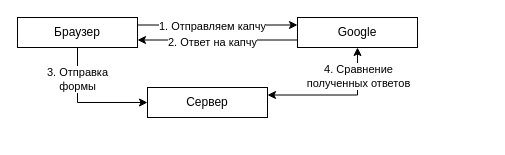
Earlier version of the draw.io diagram page "reCAPTCHA" (2 of 12) of Схема компонентов.drawio (IlyaSannikow/e-catalog.ru). Source tidied: cells renumbered, new cells numbered last; positions are measured from the earlier drawing's top-left corner, leaving out a move shared by most shapes. Both pictures are drawn from the tidied source at 100%, with x=0, y=0 at pixel (17, 17).
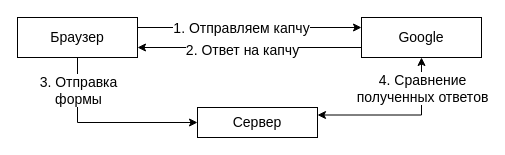
After the change.

Change to the diagram source:
```diff
@@
 <mxGraphModel>
   <root>
     <mxCell id="0" />
     <mxCell id="1" parent="0" />
     <mxCell id="2" style="edgeStyle=orthogonalEdgeStyle;rounded=0;jettySize=auto;html=1;exitX=1;exitY=0.25;exitDx=0;exitDy=0;entryX=0;entryY=0.25;entryDx=0;entryDy=0;" parent="1" edge="1" source="6" target="9">
       <mxGeometry relative="1" as="geometry" />
     </mxCell>
-    <mxCell id="3" value="1. Отправляем капчу" style="edgeLabel;html=1;align=center;verticalAlign=middle;" parent="2" vertex="1">
+    <mxCell id="3" value="&lt;font style=&quot;font-size: 14px;&quot;&gt;1. Отправляем капчу&lt;/font&gt;" style="edgeLabel;html=1;align=center;verticalAlign=middle;" parent="2" vertex="1">
       <mxGeometry x="-0.08" y="-1" relative="1" as="geometry" />
     </mxCell>
     <mxCell id="4" style="edgeStyle=orthogonalEdgeStyle;rounded=0;jettySize=auto;html=1;exitX=0.5;exitY=1;exitDx=0;exitDy=0;entryX=0;entryY=0.5;entryDx=0;entryDy=0;" parent="1" edge="1" source="6" target="12">
       <mxGeometry relative="1" as="geometry" />
     </mxCell>
-    <mxCell id="5" value="3. Отправка&lt;div&gt;формы&lt;/div&gt;" style="edgeLabel;html=1;align=center;verticalAlign=middle;" parent="4" vertex="1">
-      <mxGeometry x="-0.5" y="-1" relative="1" as="geometry" />
+    <mxCell id="5" value="&lt;font style=&quot;font-size: 14px;&quot;&gt;3. Отправка&lt;/font&gt;&lt;div&gt;&lt;font style=&quot;font-size: 14px;&quot;&gt;формы&lt;/font&gt;&lt;/div&gt;" style="edgeLabel;html=1;align=center;verticalAlign=middle;" parent="4" vertex="1">
+      <mxGeometry x="-0.5" y="-1" relative="1" as="geometry">
+        <mxPoint x="1" y="-14" as="offset" />
+      </mxGeometry>
     </mxCell>
-    <mxCell id="6" value="Браузер" style="rounded=0;whiteSpace=wrap;html=1;" parent="1" vertex="1">
-      <mxGeometry width="120" height="30" as="geometry" />
+    <mxCell id="6" value="&lt;font style=&quot;font-size: 14px;&quot;&gt;Браузер&lt;/font&gt;" style="rounded=0;whiteSpace=wrap;html=1;" parent="1" vertex="1">
+      <mxGeometry width="120" height="40" as="geometry" />
     </mxCell>
     <mxCell id="7" style="edgeStyle=orthogonalEdgeStyle;rounded=0;jettySize=auto;html=1;exitX=0;exitY=0.75;exitDx=0;exitDy=0;entryX=1;entryY=0.75;entryDx=0;entryDy=0;" parent="1" edge="1" source="9" target="6">
       <mxGeometry relative="1" as="geometry" />
     </mxCell>
-    <mxCell id="8" value="2. Ответ на капчу" style="edgeLabel;html=1;align=center;verticalAlign=middle;" parent="7" vertex="1">
+    <mxCell id="8" value="&lt;font style=&quot;font-size: 14px;&quot;&gt;2. Ответ на капчу&lt;/font&gt;" style="edgeLabel;html=1;align=center;verticalAlign=middle;" parent="7" vertex="1">
       <mxGeometry x="0.07" y="2" relative="1" as="geometry" />
     </mxCell>
-    <mxCell id="9" value="Google" style="rounded=0;whiteSpace=wrap;html=1;" parent="1" vertex="1">
-      <mxGeometry x="280" width="120" height="30" as="geometry" />
+    <mxCell id="9" value="&lt;font style=&quot;font-size: 14px;&quot;&gt;Google&lt;/font&gt;" style="rounded=0;whiteSpace=wrap;html=1;" parent="1" vertex="1">
+      <mxGeometry x="344" width="120" height="40" as="geometry" />
     </mxCell>
     <mxCell id="10" style="edgeStyle=orthogonalEdgeStyle;rounded=0;jettySize=auto;html=1;exitX=1;exitY=0.25;exitDx=0;exitDy=0;entryX=0.5;entryY=1;entryDx=0;entryDy=0;startArrow=classic;startFill=1;" parent="1" edge="1" source="12" target="9">
       <mxGeometry relative="1" as="geometry" />
     </mxCell>
-    <mxCell id="11" value="4. Сравнение&lt;div&gt;полученных ответов&lt;/div&gt;" style="edgeLabel;html=1;align=center;verticalAlign=middle;" parent="10" vertex="1">
+    <mxCell id="11" value="&lt;font style=&quot;font-size: 14px;&quot;&gt;4. Сравнение&lt;/font&gt;&lt;div&gt;&lt;font style=&quot;font-size: 14px;&quot;&gt;полученных ответов&lt;/font&gt;&lt;/div&gt;" style="edgeLabel;html=1;align=center;verticalAlign=middle;" parent="10" vertex="1">
       <mxGeometry x="0.41" relative="1" as="geometry">
-        <mxPoint y="-12" as="offset" />
+        <mxPoint y="-17" as="offset" />
       </mxGeometry>
     </mxCell>
-    <mxCell id="12" value="Сервер" style="rounded=0;whiteSpace=wrap;html=1;" parent="1" vertex="1">
-      <mxGeometry x="130" y="70" width="120" height="30" as="geometry" />
+    <mxCell id="12" value="&lt;font style=&quot;font-size: 14px;&quot;&gt;Сервер&lt;/font&gt;" style="rounded=0;whiteSpace=wrap;html=1;" parent="1" vertex="1">
+      <mxGeometry x="180" y="90" width="120" height="30" as="geometry" />
     </mxCell>
   </root>
 </mxGraphModel>
```
